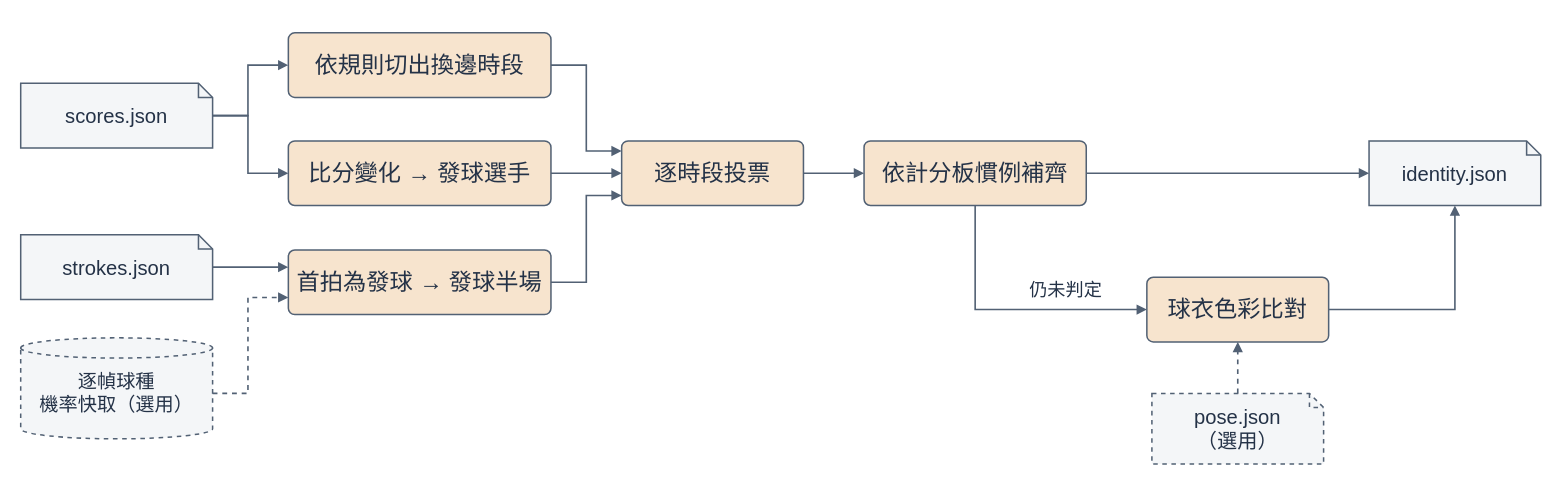
2026bmtproject/badminton-analysis-system keeps this draw.io diagram as docs/figures/report/identity-mapping.drawio. Above is the earlier version. Source tidied: cells renumbered, new cells numbered last; positions are measured from the earlier drawing's top-left corner, leaving out a move shared by most shapes. Both pictures are drawn from the tidied source at 101%, with x=0, y=0 at pixel (20, 32).
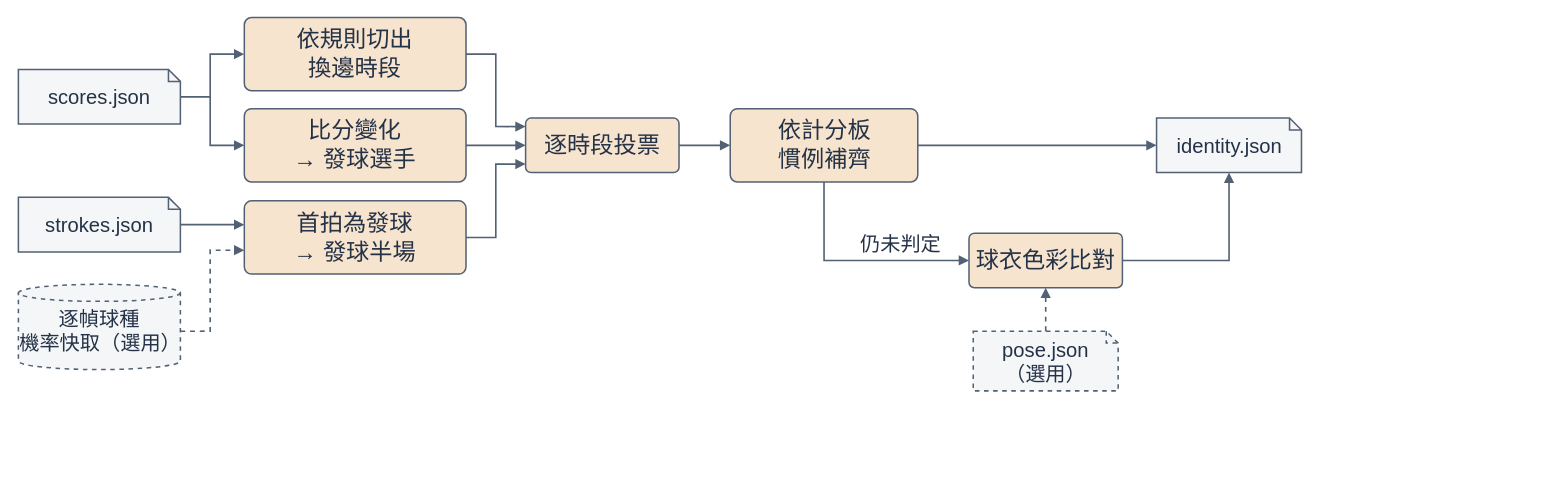
After the change.

Change to the diagram source:
```diff
@@
-    <mxCell id="2" value="scores.json" style="shape=note;size=14;fillColor=#F4F6F8;strokeColor=#526174;strokeWidth=1.5;dashed=0;html=0;whiteSpace=wrap;align=center;verticalAlign=middle;fontFamily=Arial Unicode MS;fontSize=20;fontColor=#243247;" parent="1" vertex="1">
-      <mxGeometry y="50" width="190" height="64" as="geometry" />
+    <mxCell id="2" value="scores.json" style="shape=note;size=11.82;fillColor=#F4F6F8;strokeColor=#526174;strokeWidth=1.5;dashed=0;html=0;whiteSpace=wrap;align=center;verticalAlign=middle;fontFamily=Arial Unicode MS;fontSize=20;fontColor=#243247;" parent="1" vertex="1">
+      <mxGeometry x="-2.3" y="36.3" width="160.4" height="54" as="geometry" />
     </mxCell>
-    <mxCell id="3" value="strokes.json" style="shape=note;size=14;fillColor=#F4F6F8;strokeColor=#526174;strokeWidth=1.5;dashed=0;html=0;whiteSpace=wrap;align=center;verticalAlign=middle;fontFamily=Arial Unicode MS;fontSize=20;fontColor=#243247;" parent="1" vertex="1">
-      <mxGeometry y="200" width="190" height="64" as="geometry" />
+    <mxCell id="3" value="strokes.json" style="shape=note;size=11.82;fillColor=#F4F6F8;strokeColor=#526174;strokeWidth=1.5;dashed=0;html=0;whiteSpace=wrap;align=center;verticalAlign=middle;fontFamily=Arial Unicode MS;fontSize=20;fontColor=#243247;" parent="1" vertex="1">
+      <mxGeometry x="-2.3" y="162.9" width="160.4" height="54" as="geometry" />
     </mxCell>
-    <mxCell id="4" value="逐幀球種&#10;機率快取（選用）" style="shape=cylinder3;size=10;fillColor=#F4F6F8;strokeColor=#526174;strokeWidth=1.5;dashed=1;spacingTop=10;html=0;whiteSpace=wrap;align=center;verticalAlign=middle;fontFamily=Arial Unicode MS;fontSize=19;fontColor=#243247;" parent="1" vertex="1">
-      <mxGeometry y="302" width="190" height="100" as="geometry" />
+    <mxCell id="4" value="逐幀球種&#10;機率快取（選用）" style="shape=cylinder3;size=8.44;fillColor=#F4F6F8;strokeColor=#526174;strokeWidth=1.5;dashed=1;spacingTop=8.44;html=0;whiteSpace=wrap;align=center;verticalAlign=middle;fontFamily=Arial Unicode MS;fontSize=20;fontColor=#243247;" parent="1" vertex="1">
+      <mxGeometry x="-2.3" y="249" width="160.4" height="84.4" as="geometry" />
     </mxCell>
-    <mxCell id="5" value="依規則切出換邊時段" style="rounded=1;arcSize=10;fillColor=#F7E4CE;strokeColor=#526174;strokeWidth=1.5;dashed=0;html=0;whiteSpace=wrap;align=center;verticalAlign=middle;fontFamily=Arial Unicode MS;fontSize=23;fontColor=#243247;" parent="1" vertex="1">
-      <mxGeometry x="265" width="260" height="64" as="geometry" />
+    <mxCell id="5" value="依規則切出&#10;換邊時段" style="rounded=1;arcSize=10;fillColor=#F7E4CE;strokeColor=#526174;strokeWidth=1.5;dashed=0;html=0;whiteSpace=wrap;align=center;verticalAlign=middle;fontFamily=Arial Unicode MS;fontSize=23;fontColor=#243247;" parent="1" vertex="1">
+      <mxGeometry x="221.4" y="-15.2" width="219.5" height="72.6" as="geometry" />
     </mxCell>
-    <mxCell id="6" value="比分變化 → 發球選手" style="rounded=1;arcSize=10;fillColor=#F7E4CE;strokeColor=#526174;strokeWidth=1.5;dashed=0;html=0;whiteSpace=wrap;align=center;verticalAlign=middle;fontFamily=Arial Unicode MS;fontSize=23;fontColor=#243247;" parent="1" vertex="1">
-      <mxGeometry x="265" y="107" width="260" height="64" as="geometry" />
+    <mxCell id="6" value="比分變化&#10;→ 發球選手" style="rounded=1;arcSize=10;fillColor=#F7E4CE;strokeColor=#526174;strokeWidth=1.5;dashed=0;html=0;whiteSpace=wrap;align=center;verticalAlign=middle;fontFamily=Arial Unicode MS;fontSize=23;fontColor=#243247;" parent="1" vertex="1">
+      <mxGeometry x="221.4" y="75.1" width="219.5" height="72.6" as="geometry" />
     </mxCell>
-    <mxCell id="7" value="首拍為發球 → 發球半場" style="rounded=1;arcSize=10;fillColor=#F7E4CE;strokeColor=#526174;strokeWidth=1.5;dashed=0;html=0;whiteSpace=wrap;align=center;verticalAlign=middle;fontFamily=Arial Unicode MS;fontSize=23;fontColor=#243247;" parent="1" vertex="1">
-      <mxGeometry x="265" y="215" width="260" height="64" as="geometry" />
+    <mxCell id="7" value="首拍為發球&#10;→ 發球半場" style="rounded=1;arcSize=10;fillColor=#F7E4CE;strokeColor=#526174;strokeWidth=1.5;dashed=0;html=0;whiteSpace=wrap;align=center;verticalAlign=middle;fontFamily=Arial Unicode MS;fontSize=23;fontColor=#243247;" parent="1" vertex="1">
+      <mxGeometry x="221.4" y="166.3" width="219.5" height="72.6" as="geometry" />
     </mxCell>
     <mxCell id="8" value="逐時段投票" style="rounded=1;arcSize=10;fillColor=#F7E4CE;strokeColor=#526174;strokeWidth=1.5;dashed=0;html=0;whiteSpace=wrap;align=center;verticalAlign=middle;fontFamily=Arial Unicode MS;fontSize=23;fontColor=#243247;" parent="1" vertex="1">
-      <mxGeometry x="595" y="107" width="180" height="64" as="geometry" />
+      <mxGeometry x="499.9" y="84.4" width="151.9" height="54" as="geometry" />
     </mxCell>
-    <mxCell id="9" value="依計分板慣例補齊" style="rounded=1;arcSize=10;fillColor=#F7E4CE;strokeColor=#526174;strokeWidth=1.5;dashed=0;html=0;whiteSpace=wrap;align=center;verticalAlign=middle;fontFamily=Arial Unicode MS;fontSize=23;fontColor=#243247;" parent="1" vertex="1">
-      <mxGeometry x="835" y="107" width="220" height="64" as="geometry" />
+    <mxCell id="9" value="依計分板&#10;慣例補齊" style="rounded=1;arcSize=10;fillColor=#F7E4CE;strokeColor=#526174;strokeWidth=1.5;dashed=0;html=0;whiteSpace=wrap;align=center;verticalAlign=middle;fontFamily=Arial Unicode MS;fontSize=23;fontColor=#243247;" parent="1" vertex="1">
+      <mxGeometry x="702.5" y="75.1" width="185.7" height="72.6" as="geometry" />
     </mxCell>
     <mxCell id="10" value="球衣色彩比對" style="rounded=1;arcSize=10;fillColor=#F7E4CE;strokeColor=#526174;strokeWidth=1.5;dashed=0;html=0;whiteSpace=wrap;align=center;verticalAlign=middle;fontFamily=Arial Unicode MS;fontSize=23;fontColor=#243247;" parent="1" vertex="1">
-      <mxGeometry x="1115" y="242" width="180" height="64" as="geometry" />
+      <mxGeometry x="938.9" y="198.4" width="151.9" height="54" as="geometry" />
     </mxCell>
-    <mxCell id="11" value="pose.json&#10;（選用）" style="shape=note;size=14;fillColor=#F4F6F8;strokeColor=#526174;strokeWidth=1.5;dashed=1;html=0;whiteSpace=wrap;align=center;verticalAlign=middle;fontFamily=Arial Unicode MS;fontSize=20;fontColor=#243247;" parent="1" vertex="1">
-      <mxGeometry x="1120" y="357" width="170" height="70" as="geometry" />
+    <mxCell id="11" value="pose.json&#10;（選用）" style="shape=note;size=11.82;fillColor=#F4F6F8;strokeColor=#526174;strokeWidth=1.5;dashed=1;html=0;whiteSpace=wrap;align=center;verticalAlign=middle;fontFamily=Arial Unicode MS;fontSize=20;fontColor=#243247;" parent="1" vertex="1">
+      <mxGeometry x="943.1" y="295.4" width="143.5" height="59.1" as="geometry" />
     </mxCell>
-    <mxCell id="12" value="identity.json" style="shape=note;size=14;fillColor=#F4F6F8;strokeColor=#526174;strokeWidth=1.5;dashed=0;html=0;whiteSpace=wrap;align=center;verticalAlign=middle;fontFamily=Arial Unicode MS;fontSize=20;fontColor=#243247;" parent="1" vertex="1">
-      <mxGeometry x="1335" y="107" width="170" height="64" as="geometry" />
+    <mxCell id="12" value="identity.json" style="shape=note;size=11.82;fillColor=#F4F6F8;strokeColor=#526174;strokeWidth=1.5;dashed=0;html=0;whiteSpace=wrap;align=center;verticalAlign=middle;fontFamily=Arial Unicode MS;fontSize=20;fontColor=#243247;" parent="1" vertex="1">
+      <mxGeometry x="1124.6" y="84.4" width="143.5" height="54" as="geometry" />
     </mxCell>
     <mxCell id="13" style="edgeStyle=none;rounded=0;html=0;endArrow=block;endFill=1;strokeColor=#526174;strokeWidth=1.6;dashed=0;exitX=1.0000;exitY=0.5000;exitPerimeter=0;entryX=0.0000;entryY=0.5000;entryPerimeter=0;" parent="1" edge="1" source="2" target="5">
       <mxGeometry relative="1" as="geometry">
         <Array as="points">
-          <mxPoint x="225" y="82" />
-          <mxPoint x="225" y="32" />
+          <mxPoint x="187.6" y="63.3" />
+          <mxPoint x="187.6" y="21.1" />
         </Array>
       </mxGeometry>
     </mxCell>
     <mxCell id="14" style="edgeStyle=none;rounded=0;html=0;endArrow=block;endFill=1;strokeColor=#526174;strokeWidth=1.6;dashed=0;exitX=1.0000;exitY=0.5000;exitPerimeter=0;entryX=0.0000;entryY=0.5000;entryPerimeter=0;" parent="1" edge="1" source="2" target="6">
       <mxGeometry relative="1" as="geometry">
         <Array as="points">
-          <mxPoint x="225" y="82" />
-          <mxPoint x="225" y="139" />
+          <mxPoint x="187.6" y="63.3" />
+          <mxPoint x="187.6" y="111.4" />
         </Array>
       </mxGeometry>
     </mxCell>
-    <mxCell id="15" style="edgeStyle=none;rounded=0;html=0;endArrow=block;endFill=1;strokeColor=#526174;strokeWidth=1.6;dashed=0;exitX=1.0000;exitY=0.5000;exitPerimeter=0;entryX=0.0000;entryY=0.2656;entryPerimeter=0;" parent="1" edge="1" source="3" target="7">
+    <mxCell id="15" style="edgeStyle=none;rounded=0;html=0;endArrow=block;endFill=1;strokeColor=#526174;strokeWidth=1.6;dashed=0;exitX=1.0000;exitY=0.5000;exitPerimeter=0;entryX=0.0000;entryY=0.3256;entryPerimeter=0;" parent="1" edge="1" source="3" target="7">
       <mxGeometry relative="1" as="geometry" />
     </mxCell>
-    <mxCell id="16" style="edgeStyle=none;rounded=0;html=0;endArrow=block;endFill=1;strokeColor=#526174;strokeWidth=1.6;dashed=1;exitX=1.0000;exitY=0.5500;exitPerimeter=0;entryX=0.0000;entryY=0.7344;entryPerimeter=0;" parent="1" edge="1" source="4" target="7">
+    <mxCell id="16" style="edgeStyle=none;rounded=0;html=0;endArrow=block;endFill=1;strokeColor=#526174;strokeWidth=1.6;dashed=1;exitX=1.0000;exitY=0.5500;exitPerimeter=0;entryX=0.0000;entryY=0.6744;entryPerimeter=0;" parent="1" edge="1" source="4" target="7">
       <mxGeometry relative="1" as="geometry">
         <Array as="points">
-          <mxPoint x="225" y="357" />
-          <mxPoint x="225" y="262" />
+          <mxPoint x="187.6" y="295.4" />
+          <mxPoint x="187.6" y="215.2" />
         </Array>
       </mxGeometry>
     </mxCell>
     <mxCell id="17" style="edgeStyle=none;rounded=0;html=0;endArrow=block;endFill=1;strokeColor=#526174;strokeWidth=1.6;dashed=0;exitX=1.0000;exitY=0.5000;exitPerimeter=0;entryX=0.0000;entryY=0.1562;entryPerimeter=0;" parent="1" edge="1" source="5" target="8">
       <mxGeometry relative="1" as="geometry">
         <Array as="points">
-          <mxPoint x="560" y="32" />
-          <mxPoint x="560" y="117" />
+          <mxPoint x="470.4" y="21.1" />
+          <mxPoint x="470.4" y="92.8" />
         </Array>
       </mxGeometry>
     </mxCell>
@@
     <mxCell id="19" style="edgeStyle=none;rounded=0;html=0;endArrow=block;endFill=1;strokeColor=#526174;strokeWidth=1.6;dashed=0;exitX=1.0000;exitY=0.5000;exitPerimeter=0;entryX=0.0000;entryY=0.8438;entryPerimeter=0;" parent="1" edge="1" source="7" target="8">
       <mxGeometry relative="1" as="geometry">
         <Array as="points">
-          <mxPoint x="560" y="247" />
-          <mxPoint x="560" y="161" />
+          <mxPoint x="470.4" y="202.6" />
+          <mxPoint x="470.4" y="130" />
         </Array>
       </mxGeometry>
     </mxCell>
@@
     <mxCell id="22" style="edgeStyle=none;rounded=0;html=0;endArrow=block;endFill=1;strokeColor=#526174;strokeWidth=1.6;dashed=0;exitX=0.5000;exitY=1.0000;exitPerimeter=0;entryX=0.0000;entryY=0.5000;entryPerimeter=0;" parent="1" edge="1" source="9" target="10">
       <mxGeometry relative="1" as="geometry">
         <Array as="points">
-          <mxPoint x="945" y="274" />
+          <mxPoint x="795.4" y="225.4" />
         </Array>
       </mxGeometry>
     </mxCell>
-    <mxCell id="23" value="仍未判定" style="text;html=0;whiteSpace=wrap;align=center;verticalAlign=middle;fontFamily=Arial Unicode MS;fontSize=18;fontColor=#243247;align=center;" parent="1" vertex="1">
-      <mxGeometry x="960" y="240" width="150" height="30" as="geometry" />
+    <mxCell id="23" value="仍未判定" style="text;html=0;whiteSpace=wrap;align=center;verticalAlign=middle;fontFamily=Arial Unicode MS;fontSize=20;fontColor=#243247;align=center;" parent="1" vertex="1">
+      <mxGeometry x="808" y="196.7" width="126.6" height="25.3" as="geometry" />
     </mxCell>
@@
     <mxCell id="25" style="edgeStyle=none;rounded=0;html=0;endArrow=block;endFill=1;strokeColor=#526174;strokeWidth=1.6;dashed=0;exitX=1.0000;exitY=0.5000;exitPerimeter=0;entryX=0.5000;entryY=1.0000;entryPerimeter=0;" parent="1" edge="1" source="10" target="12">
       <mxGeometry relative="1" as="geometry">
         <Array as="points">
-          <mxPoint x="1420" y="274" />
+          <mxPoint x="1196.4" y="225.4" />
         </Array>
       </mxGeometry>
     </mxCell>
```
